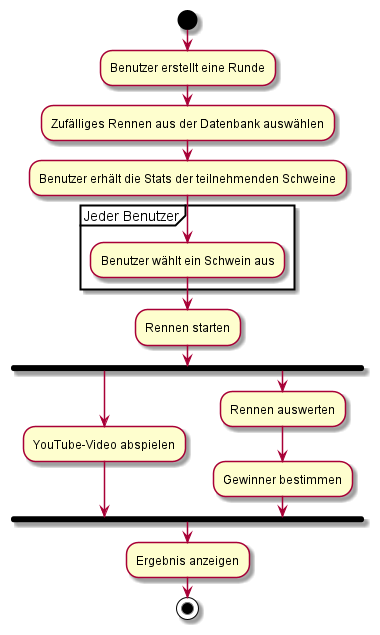
Earlier version of the PlantUML export diagrams/Aktivitätsdiagramm.png (lulascode/LF08).
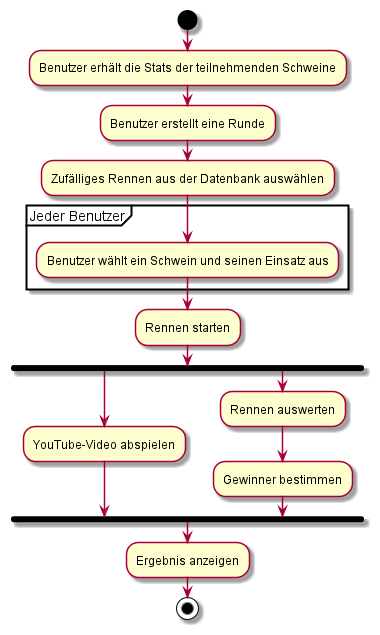
After the change.

Commit message:
refac: reworked diagrams

Diff of the diagram source:
```diff
@@ -1,10 +1,10 @@
 @startuml
 start
+:Benutzer erhält die Stats der teilnehmenden Schweine;
 :Benutzer erstellt eine Runde;
 :Zufälliges Rennen aus der Datenbank auswählen;
-:Benutzer erhält die Stats der teilnehmenden Schweine;
 partition "Jeder Benutzer" {
-    :Benutzer wählt ein Schwein aus;
+    :Benutzer wählt ein Schwein und seinen Einsatz aus;
 }
 :Rennen starten;
 fork
```
